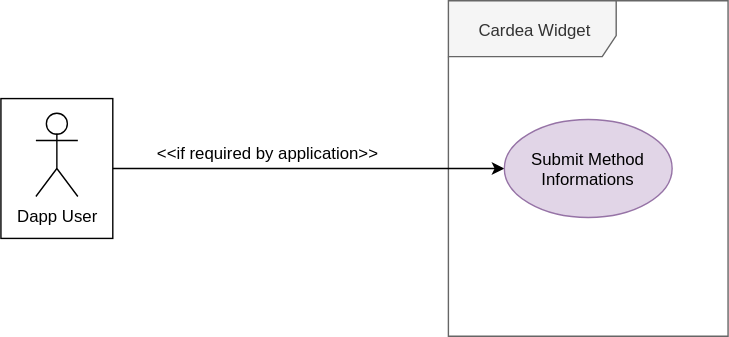
cardeapay/stack keeps this draw.io diagram as docs/srs/resources/3_1_2_6_use_case_view_cardea_widget.svg. Above is the earlier version. Source tidied: cells renumbered, new cells last; positions are measured from the earlier drawing's top-left corner, leaving out a move shared by most shapes. Its diagram source:
```xml
<mxGraphModel>
  <root>
    <mxCell id="0" />
    <mxCell id="1" parent="0" />
    <mxCell id="2" value="Cardea Widget" style="shape=umlFrame;whiteSpace=wrap;html=1;width=120;height=40;fillColor=#f5f5f5;strokeColor=#666666;fontColor=#333333;" parent="1" vertex="1">
      <mxGeometry x="320" width="200" height="240" as="geometry" />
    </mxCell>
    <mxCell id="3" style="edgeStyle=orthogonalEdgeStyle;rounded=0;jettySize=auto;html=1;exitX=1;exitY=0.5;exitDx=0;exitDy=0;entryX=0;entryY=0.5;entryDx=0;entryDy=0;" parent="1" edge="1" source="4" target="6">
      <mxGeometry relative="1" as="geometry" />
    </mxCell>
    <mxCell id="4" style="html=1;fillColor=none;" parent="1" vertex="1">
      <mxGeometry y="70" width="80" height="100" as="geometry" />
    </mxCell>
    <mxCell id="5" value="Dapp User" style="shape=umlActor;verticalLabelPosition=bottom;labelBackgroundColor=#ffffff;verticalAlign=top;html=1;" parent="1" vertex="1">
      <mxGeometry x="25" y="80" width="30" height="60" as="geometry" />
    </mxCell>
    <mxCell id="6" value="Submit Method Informations" style="ellipse;whiteSpace=wrap;html=1;fillColor=#e1d5e7;strokeColor=#9673a6;" parent="1" vertex="1">
      <mxGeometry x="360" y="85" width="120" height="70" as="geometry" />
    </mxCell>
    <mxCell id="7" value="&amp;lt;&amp;lt;if required by application&amp;gt;&amp;gt;" style="text;html=1;align=left;verticalAlign=top;spacingTop=-4;" parent="1" vertex="1">
      <mxGeometry x="110" y="100" width="170" height="20" as="geometry" />
    </mxCell>
  </root>
</mxGraphModel>
```
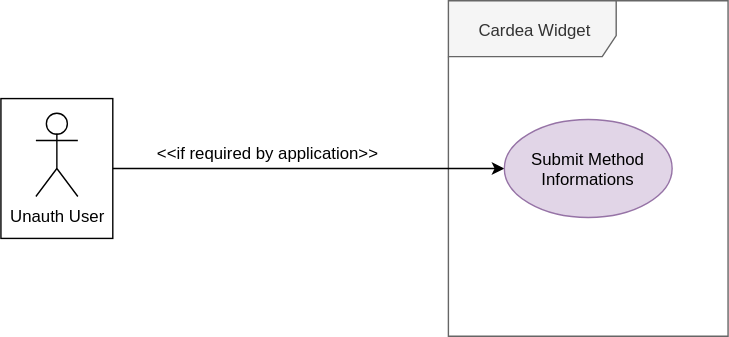
After the commit.

Commit message:
fix(srs): user types clarifications

The edit, as a diff of the source:
```diff
@@ -11,7 +11,7 @@
     <mxCell id="4" style="html=1;fillColor=none;" parent="1" vertex="1">
       <mxGeometry y="70" width="80" height="100" as="geometry" />
     </mxCell>
-    <mxCell id="5" value="Dapp User" style="shape=umlActor;verticalLabelPosition=bottom;labelBackgroundColor=#ffffff;verticalAlign=top;html=1;" parent="1" vertex="1">
+    <mxCell id="5" value="Unauth User" style="shape=umlActor;verticalLabelPosition=bottom;labelBackgroundColor=#ffffff;verticalAlign=top;html=1;" parent="1" vertex="1">
       <mxGeometry x="25" y="80" width="30" height="60" as="geometry" />
     </mxCell>
     <mxCell id="6" value="Submit Method Informations" style="ellipse;whiteSpace=wrap;html=1;fillColor=#e1d5e7;strokeColor=#9673a6;" parent="1" vertex="1">
```
